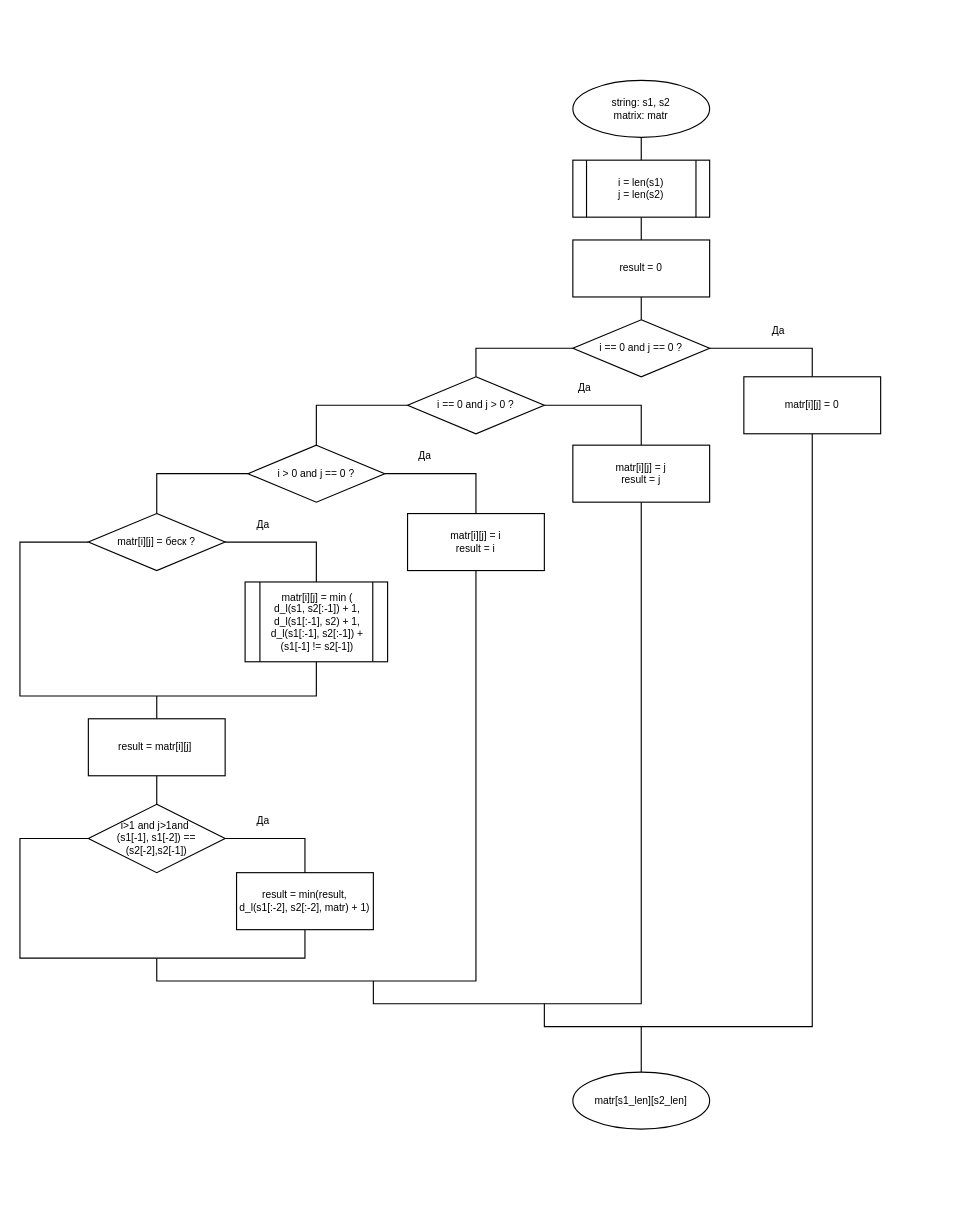
Before: page "rdl_cache" (4 of 4) of lab_01/doc/lab_01_schema.drawio in Tulenenok/BMSTU_AA, a draw.io diagram. Source tidied: cells renumbered, new cells numbered last; positions are measured from the earlier drawing's top-left corner, leaving out a move shared by most shapes. Both pictures are drawn from the tidied source at 114%, with x=0, y=0 at pixel (19, 80).
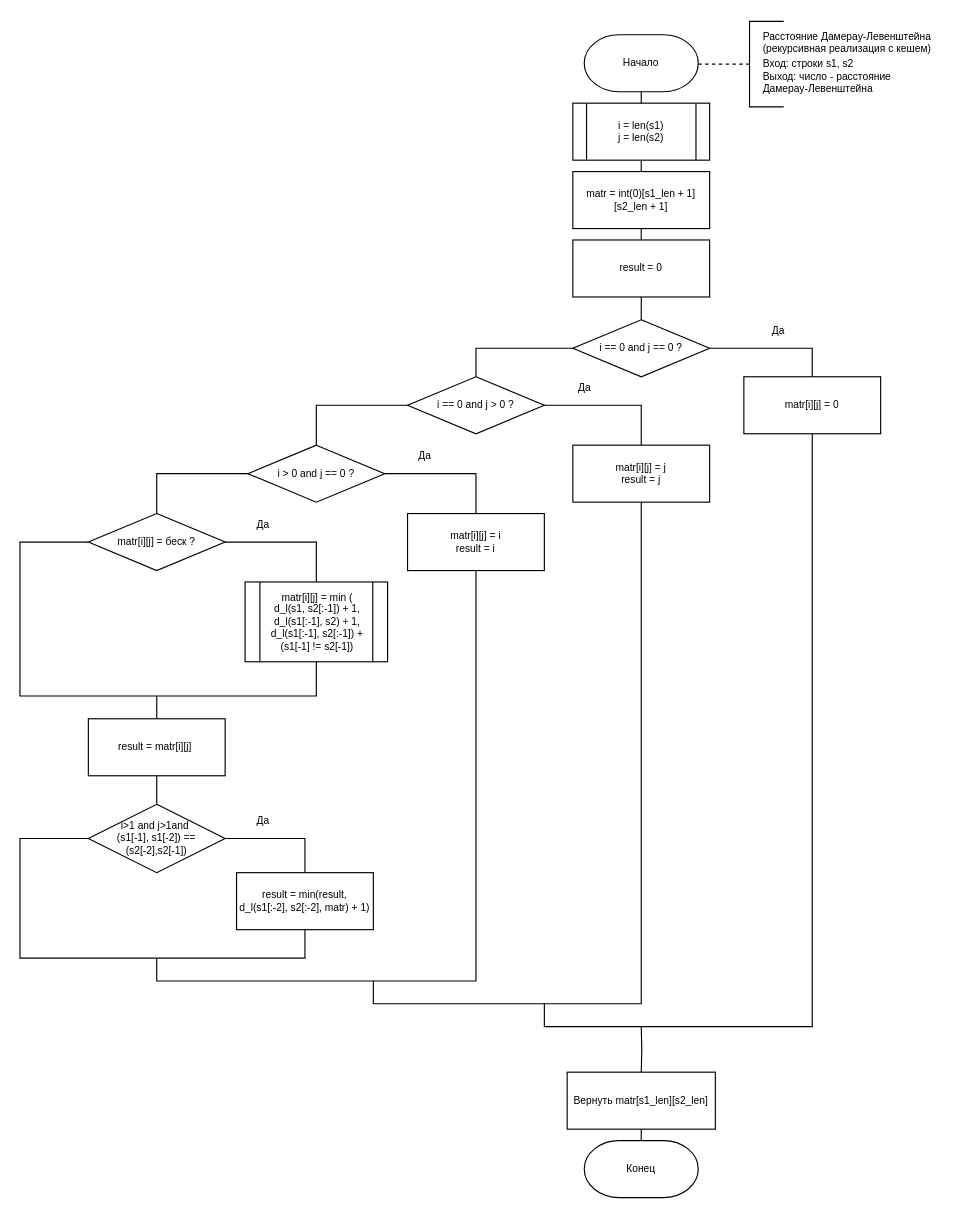
Above is the later version.

The change refers to these unchanged cells:
```xml
<mxCell id="14" value="result = 0" style="rounded=0;whiteSpace=wrap;html=1;fontSize=9;" parent="1" vertex="1">
  <mxGeometry x="485" y="140" width="120" height="50" as="geometry" />
</mxCell>
```

The edit, as a diff of the source:
```diff
@@
-    <mxCell id="2" style="edgeStyle=orthogonalEdgeStyle;rounded=0;jettySize=auto;html=1;exitX=0.5;exitY=1;exitDx=0;exitDy=0;endArrow=none;endFill=0;" parent="1" edge="1" source="3" target="7">
-      <mxGeometry relative="1" as="geometry" />
-    </mxCell>
-    <mxCell id="3" value="string: s1, s2&lt;br&gt;matrix: matr" style="ellipse;whiteSpace=wrap;html=1;fontSize=9;" parent="1" vertex="1">
-      <mxGeometry x="485" width="120" height="50" as="geometry" />
-    </mxCell>
@@
-    <mxCell id="6" style="edgeStyle=orthogonalEdgeStyle;rounded=0;jettySize=auto;html=1;exitX=0.5;exitY=1;exitDx=0;exitDy=0;entryX=0.5;entryY=0;entryDx=0;entryDy=0;endArrow=none;endFill=0;" parent="1" edge="1" source="7" target="14">
-      <mxGeometry relative="1" as="geometry" />
-    </mxCell>
+    <mxCell id="43" style="edgeStyle=orthogonalEdgeStyle;rounded=0;jettySize=auto;html=1;exitX=0.5;exitY=1;exitDx=0;exitDy=0;entryX=0.5;entryY=0;entryDx=0;entryDy=0;fontSize=9;endArrow=none;endFill=0;" parent="1" edge="1" source="7" target="52">
+      <mxGeometry relative="1" as="geometry" />
+    </mxCell>
     <mxCell id="7" value="i = len(s1)&lt;br style=&quot;font-size: 9px;&quot;&gt;j = len(s2)" style="shape=process;whiteSpace=wrap;html=1;backgroundOutline=1;fontSize=9;" parent="1" vertex="1">
-      <mxGeometry x="485" y="70" width="120" height="50" as="geometry" />
+      <mxGeometry x="485" y="20" width="120" height="50" as="geometry" />
     </mxCell>
-    <mxCell id="8" style="edgeStyle=orthogonalEdgeStyle;rounded=0;jettySize=auto;html=1;exitX=0.5;exitY=0;exitDx=0;exitDy=0;endArrow=none;endFill=0;" parent="1" edge="1" source="9">
+    <mxCell id="8" style="edgeStyle=orthogonalEdgeStyle;rounded=0;orthogonalLoop=1;jettySize=auto;html=1;exitX=0.5;exitY=0;exitDx=0;exitDy=0;endArrow=none;endFill=0;" parent="1" edge="1">
       <mxGeometry relative="1" as="geometry">
+        <mxPoint x="545" y="870" as="sourcePoint" />
         <mxPoint x="545" y="830" as="targetPoint" />
       </mxGeometry>
     </mxCell>
-    <mxCell id="9" value="matr[s1_len][s2_len]" style="ellipse;whiteSpace=wrap;html=1;fontSize=9;" parent="1" vertex="1">
-      <mxGeometry x="485" y="870" width="120" height="50" as="geometry" />
-    </mxCell>
@@
+    <mxCell id="44" style="edgeStyle=orthogonalEdgeStyle;rounded=0;jettySize=auto;html=1;exitX=0;exitY=0.5;exitDx=0;exitDy=0;exitPerimeter=0;entryX=1;entryY=0.5;entryDx=0;entryDy=0;entryPerimeter=0;endArrow=none;endFill=0;dashed=1;" parent="1" edge="1" source="45">
+      <mxGeometry relative="1" as="geometry">
+        <mxPoint x="595" y="-14.2" as="targetPoint" />
+      </mxGeometry>
+    </mxCell>
+    <mxCell id="45" style="strokeWidth=1;html=1;shape=mxgraph.flowchart.annotation_1;align=left;" parent="1" vertex="1">
+      <mxGeometry x="640" y="-51.8" width="30" height="75" as="geometry" />
+    </mxCell>
+    <mxCell id="46" value="Расстояние Дамерау-Левенштейна&lt;br style=&quot;font-size: 9px;&quot;&gt;(рекурсивная реализация с кешем)" style="text;html=1;align=left;verticalAlign=middle;strokeColor=none;fillColor=none;fontSize=9;" parent="1" vertex="1">
+      <mxGeometry x="650" y="-53.2" width="170" height="40" as="geometry" />
+    </mxCell>
+    <mxCell id="47" value="Вход: строки s1, s2&lt;br style=&quot;font-size: 9px;&quot;&gt;&lt;div style=&quot;font-size: 9px;&quot;&gt;&lt;span style=&quot;background-color: initial; font-size: 9px;&quot;&gt;Выход: число - расстояние&amp;nbsp;&lt;/span&gt;&lt;/div&gt;&lt;div style=&quot;font-size: 9px;&quot;&gt;&lt;span style=&quot;background-color: initial; font-size: 9px;&quot;&gt;Дамерау-Левенштейна&lt;/span&gt;&lt;span style=&quot;background-color: initial; white-space: pre; font-size: 9px;&quot;&gt;&#9;&lt;span style=&quot;white-space: pre; font-size: 9px;&quot;&gt;&#9;&lt;/span&gt;&lt;/span&gt;&lt;/div&gt;&lt;span style=&quot;white-space: pre; font-size: 9px;&quot;&gt;&lt;/span&gt;" style="text;html=1;align=left;verticalAlign=middle;strokeColor=none;fillColor=none;fontSize=9;" parent="1" vertex="1">
+      <mxGeometry x="650" y="-28.2" width="140" height="50" as="geometry" />
+    </mxCell>
+    <mxCell id="48" style="edgeStyle=orthogonalEdgeStyle;rounded=0;jettySize=auto;html=1;exitX=0.5;exitY=1;exitDx=0;exitDy=0;entryX=0.5;entryY=0;entryDx=0;entryDy=0;entryPerimeter=0;fontSize=10;endArrow=none;endFill=0;" parent="1" edge="1" source="49" target="50">
+      <mxGeometry relative="1" as="geometry" />
+    </mxCell>
+    <mxCell id="49" value="Вернуть matr[s1_len][s2_len]" style="rounded=0;whiteSpace=wrap;html=1;fontSize=9;" parent="1" vertex="1">
+      <mxGeometry x="480" y="870" width="130" height="50" as="geometry" />
+    </mxCell>
+    <mxCell id="50" value="Конец" style="strokeWidth=1;html=1;shape=mxgraph.flowchart.terminator;whiteSpace=wrap;fontSize=9;" parent="1" vertex="1">
+      <mxGeometry x="495" y="930" width="100" height="50" as="geometry" />
+    </mxCell>
+    <mxCell id="51" style="edgeStyle=orthogonalEdgeStyle;rounded=0;jettySize=auto;html=1;exitX=0.5;exitY=1;exitDx=0;exitDy=0;entryX=0.5;entryY=0;entryDx=0;entryDy=0;fontSize=9;endArrow=none;endFill=0;" parent="1" edge="1" source="52" target="14">
+      <mxGeometry relative="1" as="geometry" />
+    </mxCell>
+    <mxCell id="52" value="matr = int(0)[s1_len + 1][s2_len + 1]" style="rounded=0;whiteSpace=wrap;html=1;fontSize=9;" parent="1" vertex="1">
+      <mxGeometry x="485" y="80" width="120" height="50" as="geometry" />
+    </mxCell>
+    <mxCell id="53" style="edgeStyle=orthogonalEdgeStyle;rounded=0;jettySize=auto;html=1;exitX=0.5;exitY=1;exitDx=0;exitDy=0;exitPerimeter=0;entryX=0.5;entryY=0;entryDx=0;entryDy=0;fontSize=9;endArrow=none;endFill=0;" parent="1" edge="1" source="54" target="7">
+      <mxGeometry relative="1" as="geometry" />
+    </mxCell>
+    <mxCell id="54" value="Начало" style="strokeWidth=1;html=1;shape=mxgraph.flowchart.terminator;whiteSpace=wrap;fontSize=9;" parent="1" vertex="1">
+      <mxGeometry x="495" y="-40" width="100" height="50" as="geometry" />
+    </mxCell>
```
